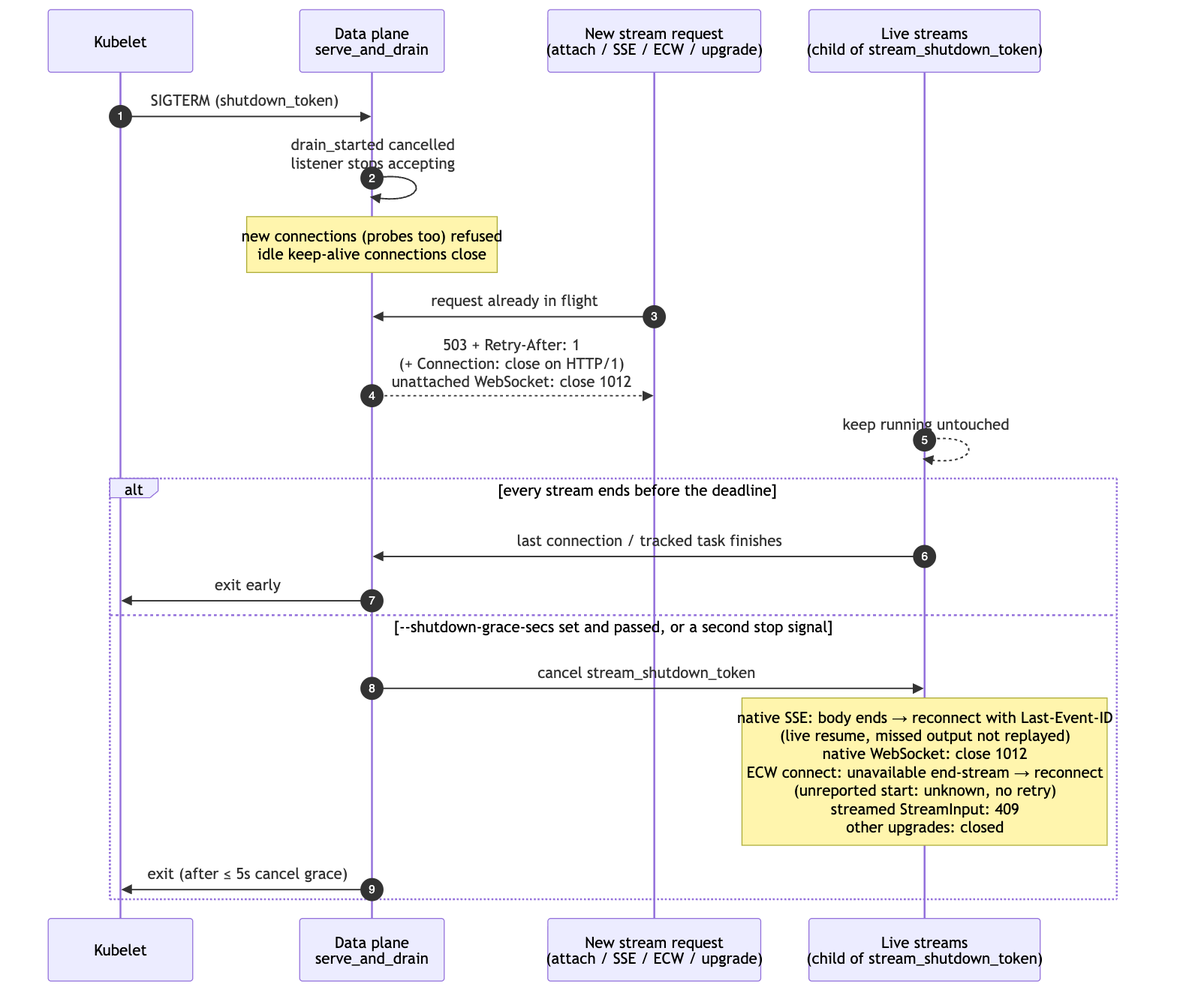
Above: docs/space/diagrams/data-plane-sigterm-drain.png in GeekLord/SPACE (Mermaid), before the change. Its source is kept beside it as docs/space/diagrams/data-plane-sigterm-drain.mmd. The source it was exported from:
```mermaid
sequenceDiagram
    autonumber
    participant K as Kubelet
    participant DP as Data plane<br/>serve_and_drain
    participant N as New stream request<br/>(attach / SSE / ECW / upgrade)
    participant L as Live streams<br/>(child of stream_shutdown_token)

    K->>DP: SIGTERM (shutdown_token)
    DP->>DP: drain_started cancelled<br/>listener stops accepting
    Note over DP: new connections (probes too) refused<br/>idle keep-alive connections close
    N->>DP: request already in flight
    DP-->>N: 503 + Retry-After: 1<br/>(+ Connection: close on HTTP/1)<br/>unattached WebSocket: close 1012
    L-->>L: keep running untouched
    alt every stream ends before the deadline
        L->>DP: last connection / tracked task finishes
        DP->>K: exit early
    else --shutdown-grace-secs set and passed, or a second stop signal
        DP->>L: cancel stream_shutdown_token
        Note over L: native SSE: body ends → reconnect with Last-Event-ID<br/>(live resume, missed output not replayed)<br/>native WebSocket: close 1012<br/>ECW connect: unavailable end-stream → reconnect<br/>(unreported start: unknown, no retry)<br/>streamed StreamInput: 409<br/>other upgrades: closed
        DP->>K: exit (after ≤ 5s cancel grace)
    end
```
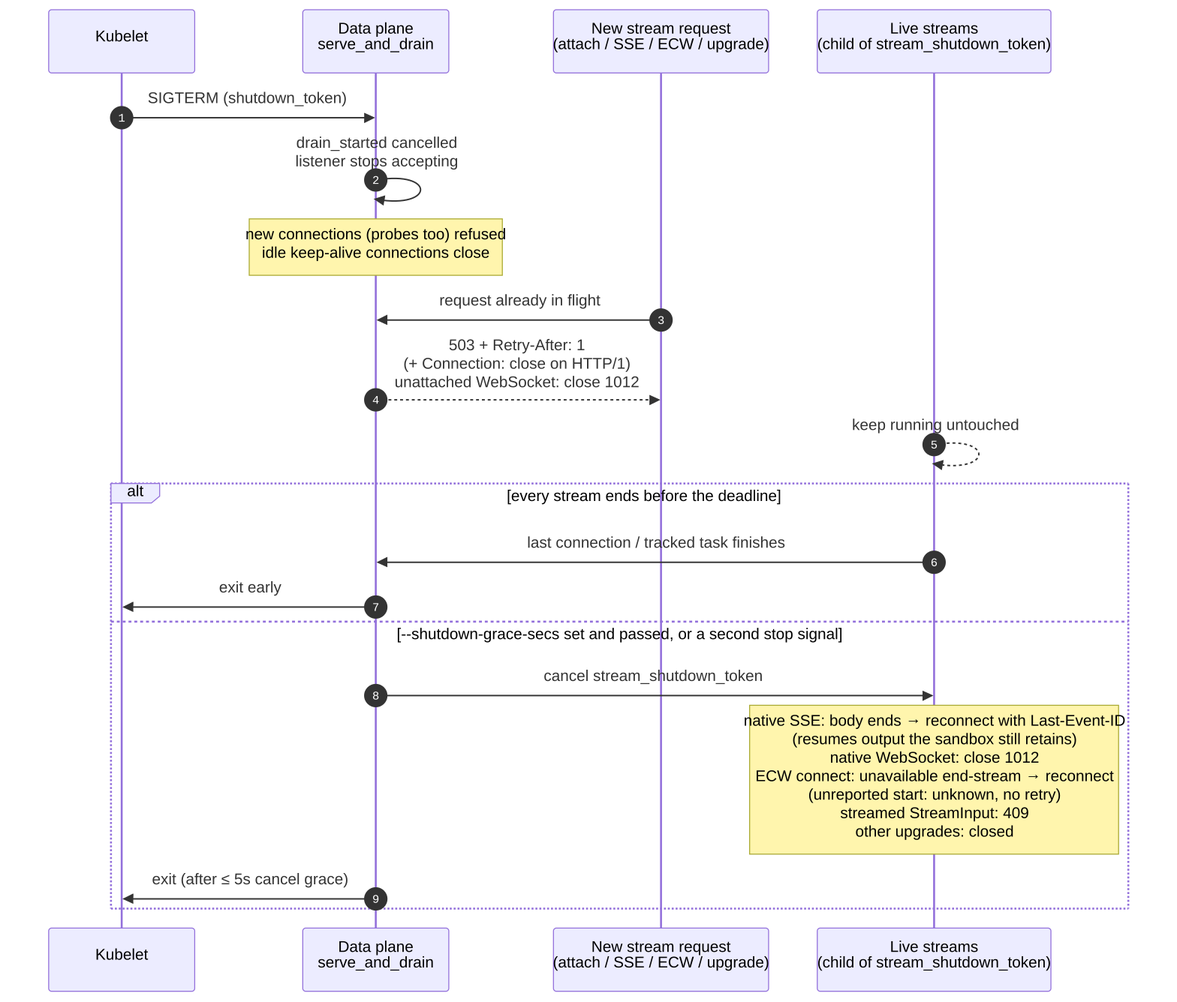
After the change.

What changed in the source:
```diff
@@ -16,6 +16,6 @@
         DP->>K: exit early
     else --shutdown-grace-secs set and passed, or a second stop signal
         DP->>L: cancel stream_shutdown_token
-        Note over L: native SSE: body ends → reconnect with Last-Event-ID<br/>(live resume, missed output not replayed)<br/>native WebSocket: close 1012<br/>ECW connect: unavailable end-stream → reconnect<br/>(unreported start: unknown, no retry)<br/>streamed StreamInput: 409<br/>other upgrades: closed
+        Note over L: native SSE: body ends → reconnect with Last-Event-ID<br/>(resumes output the sandbox still retains)<br/>native WebSocket: close 1012<br/>ECW connect: unavailable end-stream → reconnect<br/>(unreported start: unknown, no retry)<br/>streamed StreamInput: 409<br/>other upgrades: closed
         DP->>K: exit (after ≤ 5s cancel grace)
     end
```
